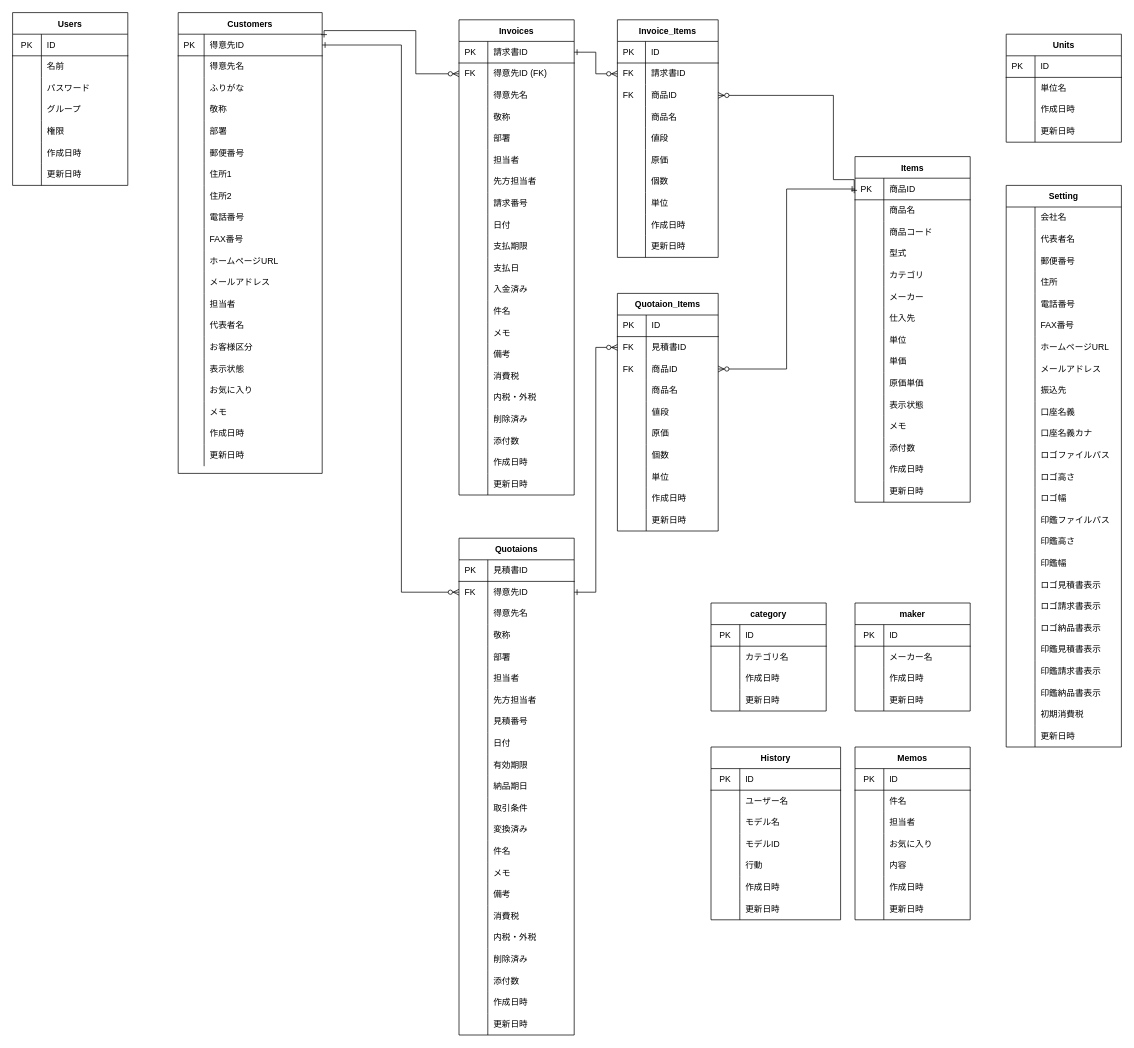
Earlier version of the draw.io diagram soho_er.dio (gamasenninn/caddie-clone). Source tidied: cells renumbered, new cells numbered last; positions are measured from the earlier drawing's top-left corner, leaving out a move shared by most shapes. Both pictures are drawn from the tidied source at 72%, with x=0, y=0 at pixel (12, 12).
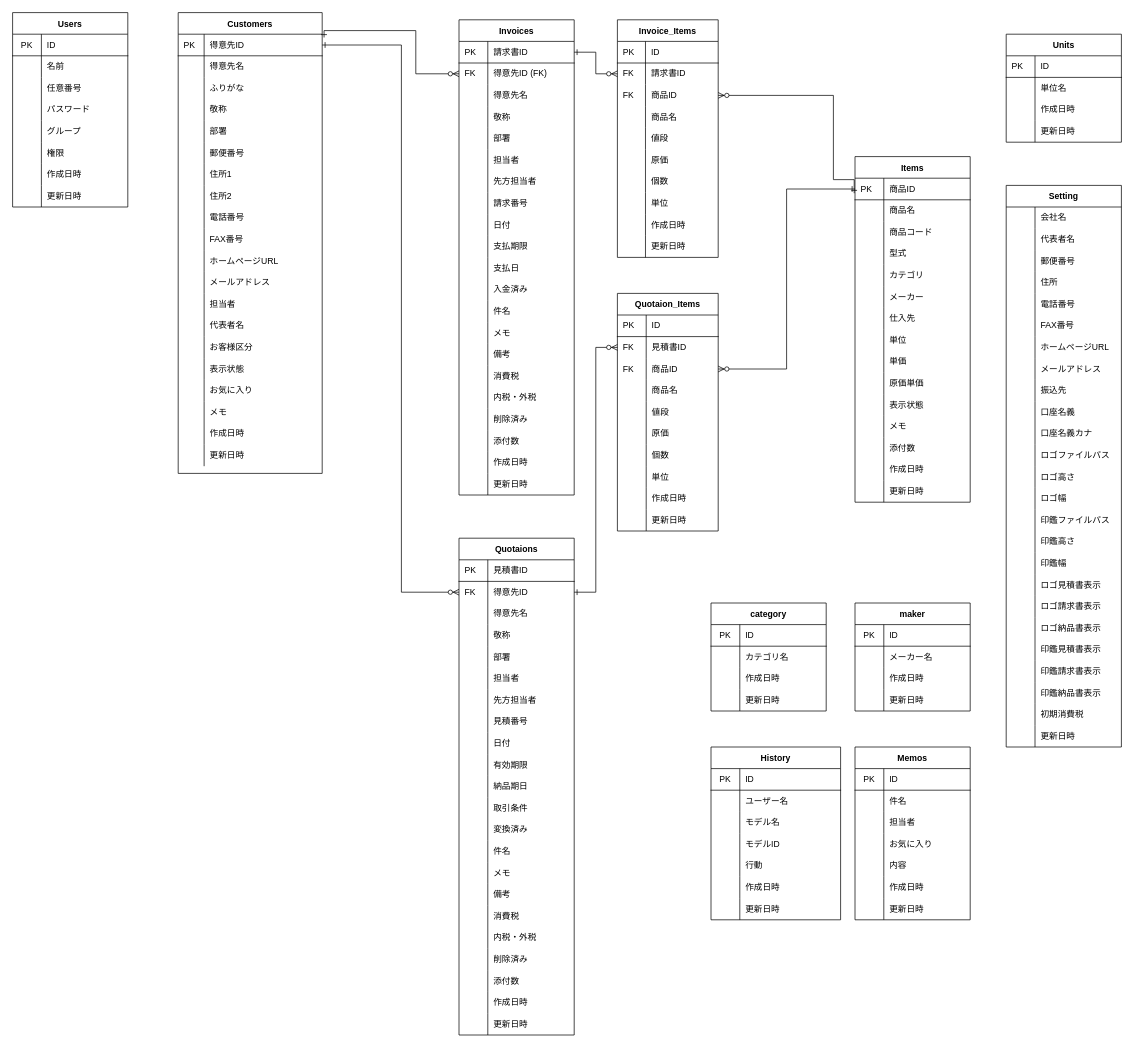
The same diagram, later.

What changed in the source:
```diff
@@
     <mxCell id="419" value="Users" style="shape=table;startSize=30;childLayout=tableLayout;rowLines=0;fontStyle=1;align=center;" parent="1" vertex="1">
-      <mxGeometry width="160" height="240" as="geometry" />
+      <mxGeometry width="160" height="270" as="geometry" />
     </mxCell>
@@
+    <mxCell id="489" style="shape=partialRectangle;html=1;whiteSpace=wrap;fillColor=none;top=0;left=0;bottom=0;right=0;" parent="419" vertex="1">
+      <mxGeometry y="90" width="160" height="30" as="geometry" />
+    </mxCell>
+    <mxCell id="490" style="shape=partialRectangle;html=1;whiteSpace=wrap;fillColor=none;top=0;left=0;bottom=0;right=0;overflow=hidden;" parent="489" vertex="1">
+      <mxGeometry width="40" height="30" as="geometry" />
+    </mxCell>
+    <mxCell id="491" value="任意番号" style="shape=partialRectangle;html=1;whiteSpace=wrap;fillColor=none;top=0;left=0;bottom=0;right=0;align=left;spacingLeft=6;overflow=hidden;" parent="489" vertex="1">
+      <mxGeometry x="40" width="120" height="30" as="geometry" />
+    </mxCell>
     <mxCell id="426" style="shape=partialRectangle;html=1;whiteSpace=wrap;fillColor=none;top=0;left=0;bottom=0;right=0;" parent="419" vertex="1">
-      <mxGeometry y="90" width="160" height="30" as="geometry" />
+      <mxGeometry y="120" width="160" height="30" as="geometry" />
     </mxCell>
@@
     <mxCell id="429" style="shape=partialRectangle;html=1;whiteSpace=wrap;fillColor=none;top=0;left=0;bottom=0;right=0;" parent="419" vertex="1">
-      <mxGeometry y="120" width="160" height="30" as="geometry" />
+      <mxGeometry y="150" width="160" height="30" as="geometry" />
     </mxCell>
@@
     <mxCell id="432" style="shape=partialRectangle;html=1;whiteSpace=wrap;fillColor=none;top=0;left=0;bottom=0;right=0;" parent="419" vertex="1">
-      <mxGeometry y="150" width="160" height="30" as="geometry" />
+      <mxGeometry y="180" width="160" height="30" as="geometry" />
     </mxCell>
@@
     <mxCell id="435" style="shape=partialRectangle;html=1;whiteSpace=wrap;fillColor=none;top=0;left=0;bottom=0;right=0;" parent="419" vertex="1">
-      <mxGeometry y="180" width="160" height="30" as="geometry" />
+      <mxGeometry y="210" width="160" height="30" as="geometry" />
     </mxCell>
@@
     <mxCell id="438" style="shape=partialRectangle;html=1;whiteSpace=wrap;fillColor=none;top=0;left=0;bottom=0;right=0;" parent="419" vertex="1">
-      <mxGeometry y="210" width="160" height="30" as="geometry" />
+      <mxGeometry y="240" width="160" height="30" as="geometry" />
     </mxCell>
```
